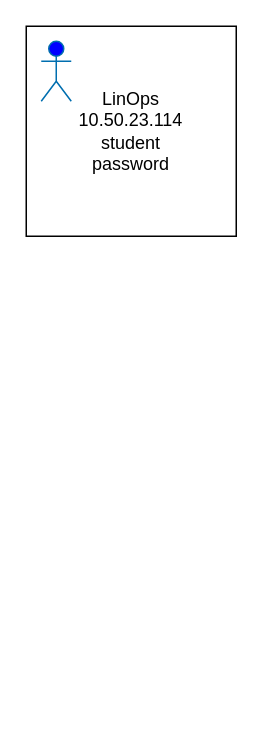
Above: Security/Seltzer/Untitled Diagram.drawio in TheWaltuh/COSC-Notes (draw.io), before the change. Source tidied: cells renumbered, new cells numbered last; positions are measured from the earlier drawing's top-left corner, leaving out a move shared by most shapes. Both pictures are drawn from the tidied source at 150%, with x=0, y=0 at pixel (26, 26).
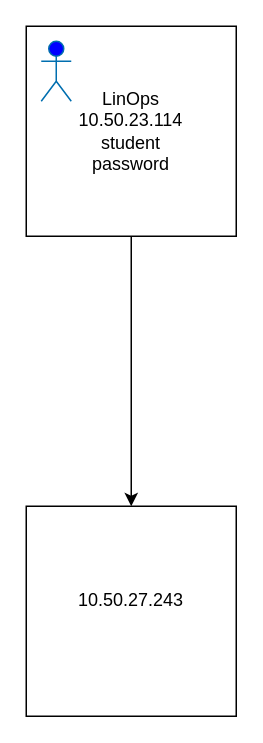
After the change.

Change to the diagram source:
```diff
@@
 <mxGraphModel>
   <root>
     <mxCell id="0" />
     <mxCell id="1" parent="0" />
     <mxCell id="2" style="group;" parent="1" vertex="1">
       <mxGeometry width="140" height="140" as="geometry" />
     </mxCell>
     <mxCell id="3" value="&lt;div&gt;LinOps&lt;/div&gt;10.50.23.114&lt;div&gt;student&lt;br&gt;&lt;/div&gt;&lt;div&gt;password&lt;br&gt;&lt;/div&gt;" style="whiteSpace=wrap;html=1;" parent="2" vertex="1">
       <mxGeometry width="140" height="140" as="geometry" />
     </mxCell>
     <mxCell id="4" style="shape=umlActor;verticalLabelPosition=bottom;verticalAlign=top;html=1;fillColor=#0000FF;fontColor=#ffffff;strokeColor=#006EAF;" parent="2" vertex="1">
       <mxGeometry x="10" y="10" width="20" height="40" as="geometry" />
     </mxCell>
+    <mxCell id="5" style="group;" parent="1" vertex="1">
+      <mxGeometry y="320" width="140" height="140" as="geometry" />
+    </mxCell>
+    <mxCell id="6" value="&lt;div&gt;&lt;/div&gt;10.50.27.243&lt;div&gt;&lt;br&gt;&lt;/div&gt;" style="whiteSpace=wrap;html=1;" parent="5" vertex="1">
+      <mxGeometry width="140" height="140" as="geometry" />
+    </mxCell>
+    <mxCell id="7" style="edgeStyle=orthogonalEdgeStyle;rounded=0;jettySize=auto;html=1;entryX=0.5;entryY=0;entryDx=0;entryDy=0;" parent="1" edge="1" source="3" target="6">
+      <mxGeometry relative="1" as="geometry" />
+    </mxCell>
   </root>
 </mxGraphModel>
```
